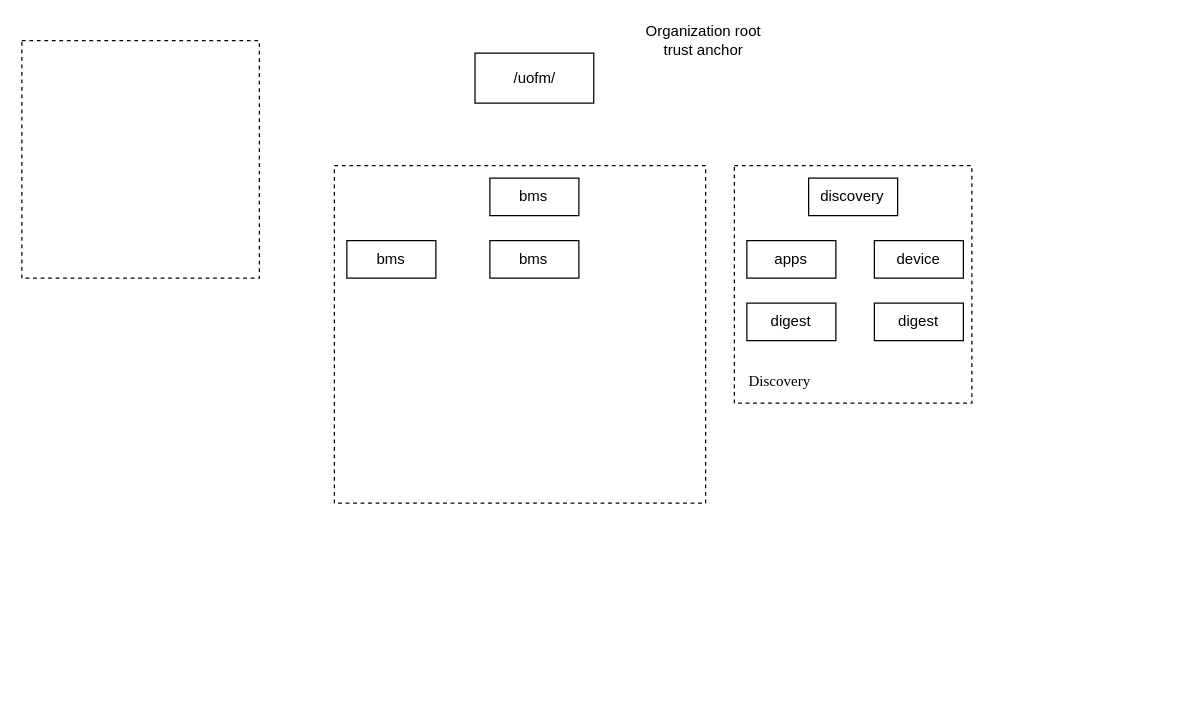
The draw.io diagram Untitled Diagram.drawio in dulalsaurab/ROUTING, before the edit. Source tidied: cells renumbered, new cells numbered last; positions are measured from the earlier drawing's top-left corner, leaving out a move shared by most shapes. Both pictures are drawn from the tidied source at 125%, with x=0, y=0 at pixel (21, 21).
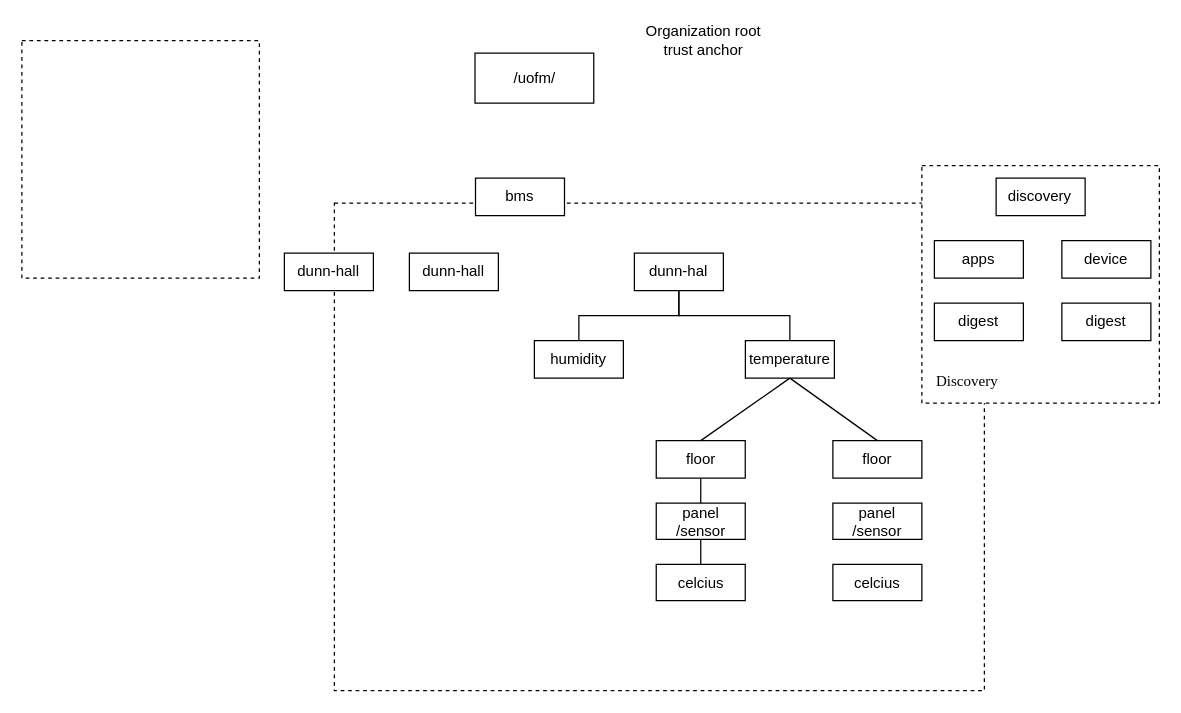
After the change.

What changed in the source:
```diff
@@
     <mxCell id="5" style="rounded=0;whiteSpace=wrap;html=1;dashed=1;fillColor=none;" parent="1" vertex="1">
-      <mxGeometry x="250" y="115" width="297" height="270" as="geometry" />
+      <mxGeometry x="250" y="145" width="520" height="390" as="geometry" />
     </mxCell>
     <mxCell id="6" style="group;" parent="1" vertex="1">
-      <mxGeometry x="570" y="115" width="190" height="190" as="geometry" />
+      <mxGeometry x="720" y="115" width="190" height="190" as="geometry" />
     </mxCell>
@@
     <mxCell id="13" value="bms" style="rounded=0;whiteSpace=wrap;html=1;" parent="1" vertex="1">
-      <mxGeometry x="374.4" y="125" width="71.2" height="30" as="geometry" />
+      <mxGeometry x="362.9" y="125" width="71.2" height="30" as="geometry" />
     </mxCell>
-    <mxCell id="14" value="bms" style="rounded=0;whiteSpace=wrap;html=1;" parent="1" vertex="1">
-      <mxGeometry x="260" y="175" width="71.2" height="30" as="geometry" />
+    <mxCell id="14" value="dunn-hall" style="rounded=0;whiteSpace=wrap;html=1;" parent="1" vertex="1">
+      <mxGeometry x="210" y="185" width="71.2" height="30" as="geometry" />
     </mxCell>
+    <mxCell id="16" style="edgeStyle=orthogonalEdgeStyle;rounded=0;jettySize=auto;html=1;exitX=0.5;exitY=1;exitDx=0;exitDy=0;entryX=0.5;entryY=0;entryDx=0;entryDy=0;endArrow=none;endFill=0;" parent="1" edge="1" source="15" target="19">
+      <mxGeometry relative="1" as="geometry" />
+    </mxCell>
+    <mxCell id="17" style="edgeStyle=orthogonalEdgeStyle;rounded=0;jettySize=auto;html=1;exitX=0.5;exitY=1;exitDx=0;exitDy=0;startArrow=none;startFill=0;endArrow=none;endFill=0;" parent="1" edge="1" source="15" target="22">
+      <mxGeometry relative="1" as="geometry" />
+    </mxCell>
-    <mxCell id="15" value="bms" style="rounded=0;whiteSpace=wrap;html=1;" parent="1" vertex="1">
-      <mxGeometry x="374.4" y="175" width="71.2" height="30" as="geometry" />
+    <mxCell id="15" value="dunn-hal" style="rounded=0;whiteSpace=wrap;html=1;" parent="1" vertex="1">
+      <mxGeometry x="490" y="185" width="71.2" height="30" as="geometry" />
     </mxCell>
+    <mxCell id="18" value="dunn-hall" style="rounded=0;whiteSpace=wrap;html=1;" parent="1" vertex="1">
+      <mxGeometry x="310" y="185" width="71.2" height="30" as="geometry" />
+    </mxCell>
+    <mxCell id="19" value="humidity" style="rounded=0;whiteSpace=wrap;html=1;" parent="1" vertex="1">
+      <mxGeometry x="410" y="255" width="71.2" height="30" as="geometry" />
+    </mxCell>
+    <mxCell id="20" style="edgeStyle=orthogonalEdgeStyle;rounded=0;jettySize=auto;html=1;exitX=0.5;exitY=1;exitDx=0;exitDy=0;endArrow=none;endFill=0;" parent="1" edge="1" source="21" target="24">
+      <mxGeometry relative="1" as="geometry" />
+    </mxCell>
+    <mxCell id="21" value="floor" style="rounded=0;whiteSpace=wrap;html=1;" parent="1" vertex="1">
+      <mxGeometry x="507.5" y="335" width="71.2" height="30" as="geometry" />
+    </mxCell>
+    <mxCell id="22" value="temperature" style="rounded=0;whiteSpace=wrap;html=1;" parent="1" vertex="1">
+      <mxGeometry x="578.8" y="255" width="71.2" height="30" as="geometry" />
+    </mxCell>
+    <mxCell id="23" style="edgeStyle=orthogonalEdgeStyle;rounded=0;jettySize=auto;html=1;exitX=0.5;exitY=1;exitDx=0;exitDy=0;endArrow=none;endFill=0;" parent="1" edge="1" source="24" target="25">
+      <mxGeometry relative="1" as="geometry" />
+    </mxCell>
+    <mxCell id="24" value="panel&lt;br&gt;/sensor" style="rounded=0;whiteSpace=wrap;html=1;" parent="1" vertex="1">
+      <mxGeometry x="507.5" y="385" width="71.2" height="29" as="geometry" />
+    </mxCell>
+    <mxCell id="25" value="&lt;span id=&quot;docs-internal-guid-1526ecd3-7fff-48b2-5e1f-bb265e6a694b&quot;&gt;&lt;span style=&quot;background-color: transparent ; vertical-align: baseline ; white-space: pre-wrap&quot;&gt;celcius&lt;br&gt;&lt;/span&gt;&lt;/span&gt;" style="rounded=0;whiteSpace=wrap;html=1;" parent="1" vertex="1">
+      <mxGeometry x="507.5" y="434" width="71.2" height="29" as="geometry" />
+    </mxCell>
+    <mxCell id="26" style="endArrow=none;html=1;entryX=0.5;entryY=0;entryDx=0;entryDy=0;exitX=0.5;exitY=1;exitDx=0;exitDy=0;endFill=0;" parent="1" edge="1" source="22" target="21">
+      <mxGeometry relative="1" as="geometry" />
+    </mxCell>
+    <mxCell id="27" value="floor" style="rounded=0;whiteSpace=wrap;html=1;" parent="1" vertex="1">
+      <mxGeometry x="648.8" y="335" width="71.2" height="30" as="geometry" />
+    </mxCell>
+    <mxCell id="28" value="panel&lt;br&gt;/sensor" style="rounded=0;whiteSpace=wrap;html=1;" parent="1" vertex="1">
+      <mxGeometry x="648.8" y="385" width="71.2" height="29" as="geometry" />
+    </mxCell>
+    <mxCell id="29" value="&lt;span id=&quot;docs-internal-guid-1526ecd3-7fff-48b2-5e1f-bb265e6a694b&quot;&gt;&lt;span style=&quot;background-color: transparent ; vertical-align: baseline ; white-space: pre-wrap&quot;&gt;celcius&lt;br&gt;&lt;/span&gt;&lt;/span&gt;" style="rounded=0;whiteSpace=wrap;html=1;" parent="1" vertex="1">
+      <mxGeometry x="648.8" y="434" width="71.2" height="29" as="geometry" />
+    </mxCell>
+    <mxCell id="30" style="endArrow=none;html=1;entryX=0.5;entryY=0;entryDx=0;entryDy=0;exitX=0.5;exitY=1;exitDx=0;exitDy=0;endFill=0;" parent="1" edge="1" source="22" target="27">
+      <mxGeometry relative="1" as="geometry" />
+    </mxCell>
```
